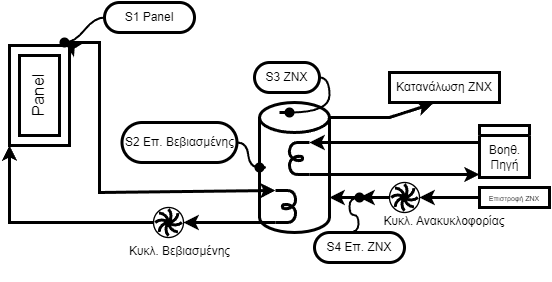
The draw.io diagram scetch.png in thanoskas/Smart-Home-Hellas, before a commit. Source tidied: cells renumbered, new cells last; positions are measured from the earlier drawing's top-left corner, leaving out a move shared by most shapes. The source it was exported from:
```xml
<mxGraphModel>
  <root>
    <mxCell id="0" />
    <mxCell id="1" parent="0" />
    <mxCell id="2" style="shape=cylinder3;whiteSpace=wrap;html=1;boundedLbl=1;backgroundOutline=1;size=15;strokeWidth=3;" parent="1" vertex="1">
      <mxGeometry x="270" y="100" width="70" height="130" as="geometry" />
    </mxCell>
    <mxCell id="3" style="verticalLabelPosition=bottom;verticalAlign=top;html=1;shape=mxgraph.basic.frame;dx=10;whiteSpace=wrap;rotation=-90;strokeWidth=3;" parent="1" vertex="1">
      <mxGeometry y="63" width="100" height="60" as="geometry" />
    </mxCell>
    <mxCell id="4" value="S1 Panel" style="whiteSpace=wrap;html=1;rounded=1;arcSize=50;align=center;verticalAlign=middle;strokeWidth=3;spacing=4;newEdgeStyle={&quot;edgeStyle&quot;:&quot;entityRelationEdgeStyle&quot;,&quot;startArrow&quot;:&quot;none&quot;,&quot;endArrow&quot;:&quot;none&quot;,&quot;segment&quot;:10,&quot;curved&quot;:1,&quot;sourcePerimeterSpacing&quot;:0,&quot;targetPerimeterSpacing&quot;:0};" parent="1" vertex="1">
      <mxGeometry x="115" width="90" height="30" as="geometry" />
    </mxCell>
    <mxCell id="5" style="edgeStyle=entityRelationEdgeStyle;startArrow=none;endArrow=none;segment=10;curved=1;sourcePerimeterSpacing=0;targetPerimeterSpacing=0;rounded=0;exitX=0.48;exitY=0.91;exitDx=0;exitDy=0;exitPerimeter=0;strokeWidth=2;" parent="1" edge="1" source="19" target="4">
      <mxGeometry relative="1" as="geometry" />
    </mxCell>
    <mxCell id="6" style="endArrow=classic;html=1;rounded=0;exitDx=0;exitDy=0;exitPerimeter=0;entryX=0;entryY=1;entryDx=0;entryDy=0;entryPerimeter=0;exitX=0.79;exitY=0.81;strokeWidth=3;" parent="1" edge="1" source="19" target="33">
      <mxGeometry relative="1" as="geometry">
        <Array as="points">
          <mxPoint x="110" y="40" />
          <mxPoint x="110" y="190" />
        </Array>
      </mxGeometry>
    </mxCell>
    <mxCell id="7" style="endArrow=classic;html=1;rounded=0;exitX=0;exitY=0.5;exitDx=0;exitDy=0;exitPerimeter=0;entryX=0;entryY=0;entryDx=0;entryDy=0;entryPerimeter=0;strokeWidth=3;" parent="1" edge="1" source="37" target="3">
      <mxGeometry relative="1" as="geometry">
        <Array as="points">
          <mxPoint x="20" y="220" />
        </Array>
      </mxGeometry>
    </mxCell>
    <mxCell id="8" value="S3 ZNX" style="whiteSpace=wrap;html=1;rounded=1;arcSize=50;align=center;verticalAlign=middle;strokeWidth=3;spacing=4;newEdgeStyle={&quot;edgeStyle&quot;:&quot;entityRelationEdgeStyle&quot;,&quot;startArrow&quot;:&quot;none&quot;,&quot;endArrow&quot;:&quot;none&quot;,&quot;segment&quot;:10,&quot;curved&quot;:1,&quot;sourcePerimeterSpacing&quot;:0,&quot;targetPerimeterSpacing&quot;:0};" parent="1" vertex="1">
      <mxGeometry x="265" y="60" width="65" height="30" as="geometry" />
    </mxCell>
    <mxCell id="9" style="edgeStyle=entityRelationEdgeStyle;startArrow=none;endArrow=none;segment=10;curved=1;sourcePerimeterSpacing=0;targetPerimeterSpacing=0;rounded=0;strokeWidth=2;" parent="1" edge="1" source="25" target="8">
      <mxGeometry relative="1" as="geometry" />
    </mxCell>
    <mxCell id="10" style="endArrow=classic;html=1;rounded=0;exitX=1;exitY=0;exitDx=0;exitDy=15;exitPerimeter=0;entryX=0.395;entryY=1.036;entryDx=0;entryDy=0;entryPerimeter=0;strokeWidth=3;" parent="1" edge="1" source="2" target="17">
      <mxGeometry relative="1" as="geometry">
        <Array as="points">
          <mxPoint x="400" y="115" />
        </Array>
      </mxGeometry>
    </mxCell>
    <mxCell id="11" style="endArrow=classic;html=1;rounded=0;strokeWidth=3;" parent="1" edge="1" source="23">
      <mxGeometry relative="1" as="geometry">
        <mxPoint x="340" y="195" as="targetPoint" />
      </mxGeometry>
    </mxCell>
    <mxCell id="12" style="endArrow=classic;html=1;rounded=0;entryX=1;entryY=0.5;entryDx=0;entryDy=0;entryPerimeter=0;strokeWidth=3;" parent="1" edge="1">
      <mxGeometry relative="1" as="geometry">
        <mxPoint x="490" y="195" as="sourcePoint" />
        <mxPoint x="430" y="195" as="targetPoint" />
      </mxGeometry>
    </mxCell>
    <mxCell id="13" value="S4 Επ. ΖΝΧ" style="whiteSpace=wrap;html=1;rounded=1;arcSize=50;align=center;verticalAlign=middle;strokeWidth=3;spacing=4;newEdgeStyle={&quot;edgeStyle&quot;:&quot;entityRelationEdgeStyle&quot;,&quot;startArrow&quot;:&quot;none&quot;,&quot;endArrow&quot;:&quot;none&quot;,&quot;segment&quot;:10,&quot;curved&quot;:1,&quot;sourcePerimeterSpacing&quot;:0,&quot;targetPerimeterSpacing&quot;:0};" parent="1" vertex="1">
      <mxGeometry x="325" y="230" width="90" height="30" as="geometry" />
    </mxCell>
    <mxCell id="14" value="S2 Επ. Βεβιασμένης" style="whiteSpace=wrap;html=1;rounded=1;arcSize=50;align=center;verticalAlign=middle;strokeWidth=3;spacing=4;newEdgeStyle={&quot;edgeStyle&quot;:&quot;entityRelationEdgeStyle&quot;,&quot;startArrow&quot;:&quot;none&quot;,&quot;endArrow&quot;:&quot;none&quot;,&quot;segment&quot;:10,&quot;curved&quot;:1,&quot;sourcePerimeterSpacing&quot;:0,&quot;targetPerimeterSpacing&quot;:0};" parent="1" vertex="1">
      <mxGeometry x="132.5" y="120" width="115" height="40" as="geometry" />
    </mxCell>
    <mxCell id="15" style="edgeStyle=entityRelationEdgeStyle;startArrow=none;endArrow=none;segment=10;curved=1;sourcePerimeterSpacing=0;targetPerimeterSpacing=0;rounded=0;exitDx=0;exitDy=0;exitPerimeter=0;strokeWidth=2;" parent="1" edge="1" source="21" target="14">
      <mxGeometry relative="1" as="geometry" />
    </mxCell>
    <mxCell id="16" value="Κυκλ. Βεβιασμένης" style="text;strokeColor=none;fillColor=none;align=center;verticalAlign=top;spacingLeft=4;spacingRight=4;overflow=hidden;whiteSpace=wrap;html=1;strokeWidth=3;" parent="1" vertex="1">
      <mxGeometry x="132.5" y="235" width="115" height="40" as="geometry" />
    </mxCell>
    <mxCell id="17" value="Κατανάλωση&amp;nbsp;ΖΝΧ" style="whiteSpace=wrap;html=1;align=center;newEdgeStyle={&quot;edgeStyle&quot;:&quot;elbowEdgeStyle&quot;,&quot;startArrow&quot;:&quot;none&quot;,&quot;endArrow&quot;:&quot;none&quot;};strokeWidth=3;" parent="1" vertex="1">
      <mxGeometry x="400" y="70" width="110" height="30" as="geometry" />
    </mxCell>
    <mxCell id="18" style="endArrow=classic;html=1;rounded=0;exitX=1;exitY=1;exitDx=0;exitDy=0;exitPerimeter=0;entryDx=0;entryDy=90;entryPerimeter=0;strokeWidth=3;" parent="1" edge="1" source="3" target="19">
      <mxGeometry relative="1" as="geometry" />
    </mxCell>
    <mxCell id="19" style="shape=waypoint;sketch=0;fillStyle=solid;size=6;points=[];fillColor=none;perimeter=centerPerimeter;snapToPoint=1;strokeWidth=3;" parent="1" vertex="1">
      <mxGeometry x="65" y="30" width="20" height="20" as="geometry" />
    </mxCell>
    <mxCell id="20" style="edgeStyle=entityRelationEdgeStyle;startArrow=none;endArrow=none;segment=10;curved=1;sourcePerimeterSpacing=0;targetPerimeterSpacing=0;rounded=0;exitX=0;exitY=0.5;exitDx=0;exitDy=0;exitPerimeter=0;strokeWidth=3;" parent="1" edge="1" source="2" target="21">
      <mxGeometry relative="1" as="geometry" />
    </mxCell>
    <mxCell id="21" style="shape=waypoint;sketch=0;fillStyle=solid;size=6;points=[];fillColor=none;perimeter=centerPerimeter;snapToPoint=1;strokeWidth=3;" parent="1" vertex="1">
      <mxGeometry x="260" y="155" width="20" height="20" as="geometry" />
    </mxCell>
    <mxCell id="22" style="endArrow=classic;html=1;rounded=0;entryDx=0;entryDy=0;entryPerimeter=0;strokeWidth=3;" parent="1" edge="1" target="23">
      <mxGeometry relative="1" as="geometry">
        <mxPoint x="400" y="195" as="sourcePoint" />
      </mxGeometry>
    </mxCell>
    <mxCell id="23" style="shape=waypoint;sketch=0;fillStyle=solid;size=6;points=[];fillColor=none;perimeter=centerPerimeter;snapToPoint=1;strokeWidth=3;" parent="1" vertex="1">
      <mxGeometry x="360" y="185" width="20" height="20" as="geometry" />
    </mxCell>
    <mxCell id="24" style="edgeStyle=entityRelationEdgeStyle;startArrow=none;endArrow=none;segment=10;curved=1;sourcePerimeterSpacing=0;targetPerimeterSpacing=0;rounded=0;strokeWidth=3;" parent="1" edge="1" target="25">
      <mxGeometry relative="1" as="geometry">
        <mxPoint x="290" y="110" as="sourcePoint" />
      </mxGeometry>
    </mxCell>
    <mxCell id="25" style="shape=waypoint;sketch=0;fillStyle=solid;size=6;points=[];fillColor=none;perimeter=centerPerimeter;snapToPoint=1;strokeWidth=3;" parent="1" vertex="1">
      <mxGeometry x="290" y="100" width="20" height="20" as="geometry" />
    </mxCell>
    <mxCell id="26" style="edgeStyle=entityRelationEdgeStyle;startArrow=none;endArrow=none;segment=10;curved=1;sourcePerimeterSpacing=0;targetPerimeterSpacing=0;rounded=0;entryX=0.44;entryY=0.88;entryDx=0;entryDy=0;entryPerimeter=0;exitX=0.378;exitY=0;exitDx=0;exitDy=0;exitPerimeter=0;strokeWidth=2;" parent="1" edge="1" source="13" target="23">
      <mxGeometry relative="1" as="geometry">
        <Array as="points">
          <mxPoint x="283" y="380" />
        </Array>
      </mxGeometry>
    </mxCell>
    <mxCell id="27" style="endArrow=classic;html=1;rounded=0;entryX=0;entryY=1;entryDx=0;entryDy=0;entryPerimeter=0;strokeWidth=3;" parent="1" edge="1">
      <mxGeometry relative="1" as="geometry">
        <mxPoint x="490" y="140" as="sourcePoint" />
        <mxPoint x="320" y="140" as="targetPoint" />
      </mxGeometry>
    </mxCell>
    <mxCell id="28" style="endArrow=classic;html=1;rounded=0;exitX=1;exitY=1;exitDx=0;exitDy=0;exitPerimeter=0;strokeWidth=3;" parent="1" edge="1">
      <mxGeometry relative="1" as="geometry">
        <mxPoint x="320" y="172" as="sourcePoint" />
        <mxPoint x="490" y="172" as="targetPoint" />
      </mxGeometry>
    </mxCell>
    <mxCell id="29" style="swimlane;startSize=10;strokeWidth=3;" parent="1" vertex="1">
      <mxGeometry x="490" y="123" width="50" height="52" as="geometry" />
    </mxCell>
    <mxCell id="30" value="Βοηθ.&lt;br&gt;Πηγή" style="text;html=1;align=center;verticalAlign=middle;strokeColor=none;fillColor=none;strokeWidth=3;" parent="29" vertex="1">
      <mxGeometry y="12" width="50" height="40" as="geometry" />
    </mxCell>
    <mxCell id="31" value="Κυκλ. Ανακυκλοφορίας" style="text;strokeColor=none;fillColor=none;align=center;verticalAlign=top;spacingLeft=4;spacingRight=4;overflow=hidden;whiteSpace=wrap;html=1;strokeWidth=3;" parent="1" vertex="1">
      <mxGeometry x="380" y="205" width="150" height="20" as="geometry" />
    </mxCell>
    <mxCell id="32" value="&lt;font style=&quot;font-size: 17px;&quot;&gt;Panel&lt;/font&gt;" style="text;html=1;align=center;verticalAlign=middle;strokeColor=none;fillColor=none;rotation=270;strokeWidth=3;" parent="1" vertex="1">
      <mxGeometry x="15" y="78" width="70" height="30" as="geometry" />
    </mxCell>
    <mxCell id="33" style="verticalLabelPosition=bottom;shadow=0;dashed=0;align=center;html=1;verticalAlign=top;shape=mxgraph.electrical.inductors.half_inductor;direction=south;strokeWidth=3;" parent="1" vertex="1">
      <mxGeometry x="286" y="188" width="23" height="32" as="geometry" />
    </mxCell>
    <mxCell id="34" style="verticalLabelPosition=bottom;shadow=0;dashed=0;align=center;html=1;verticalAlign=top;shape=mxgraph.electrical.inductors.half_inductor;direction=north;strokeWidth=3;" parent="1" vertex="1">
      <mxGeometry x="297" y="140" width="23" height="32" as="geometry" />
    </mxCell>
    <mxCell id="35" value="&lt;font style=&quot;font-size: 7px;&quot;&gt;Επιστροφή ΖΝΧ&lt;/font&gt;" style="whiteSpace=wrap;html=1;align=center;newEdgeStyle={&quot;edgeStyle&quot;:&quot;elbowEdgeStyle&quot;,&quot;startArrow&quot;:&quot;none&quot;,&quot;endArrow&quot;:&quot;none&quot;};strokeWidth=3;" parent="1" vertex="1">
      <mxGeometry x="490" y="185" width="70" height="20" as="geometry" />
    </mxCell>
    <mxCell id="36" style="endArrow=classic;html=1;rounded=0;exitX=1;exitY=1;exitDx=0;exitDy=0;exitPerimeter=0;entryX=1;entryY=0.5;entryDx=0;entryDy=0;entryPerimeter=0;strokeWidth=3;" parent="1" edge="1" source="33" target="37">
      <mxGeometry relative="1" as="geometry" />
    </mxCell>
    <mxCell id="37" style="verticalLabelPosition=bottom;outlineConnect=0;align=center;dashed=0;html=1;verticalAlign=top;shape=mxgraph.pid.compressors.liquid_ring_compressor;strokeWidth=3;" parent="1" vertex="1">
      <mxGeometry x="164" y="205" width="30" height="30" as="geometry" />
    </mxCell>
    <mxCell id="38" style="verticalLabelPosition=bottom;align=center;dashed=0;html=1;verticalAlign=top;shape=mxgraph.pid.compressors.liquid_ring_compressor;strokeWidth=3;" parent="1" vertex="1">
      <mxGeometry x="400" y="180" width="30" height="30" as="geometry" />
    </mxCell>
  </root>
</mxGraphModel>
```
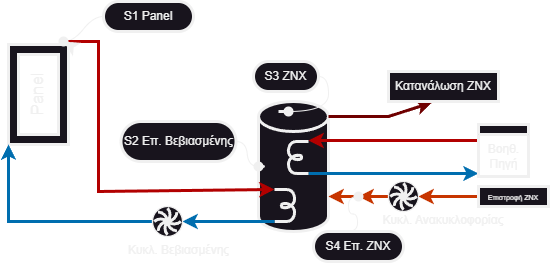
The same diagram one commit later.

The edit, as a diff of the source:
```diff
@@ -11,10 +11,10 @@
     <mxCell id="4" value="S1 Panel" style="whiteSpace=wrap;html=1;rounded=1;arcSize=50;align=center;verticalAlign=middle;strokeWidth=3;spacing=4;newEdgeStyle={&quot;edgeStyle&quot;:&quot;entityRelationEdgeStyle&quot;,&quot;startArrow&quot;:&quot;none&quot;,&quot;endArrow&quot;:&quot;none&quot;,&quot;segment&quot;:10,&quot;curved&quot;:1,&quot;sourcePerimeterSpacing&quot;:0,&quot;targetPerimeterSpacing&quot;:0};" parent="1" vertex="1">
       <mxGeometry x="115" width="90" height="30" as="geometry" />
     </mxCell>
-    <mxCell id="5" style="edgeStyle=entityRelationEdgeStyle;startArrow=none;endArrow=none;segment=10;curved=1;sourcePerimeterSpacing=0;targetPerimeterSpacing=0;rounded=0;exitX=0.48;exitY=0.91;exitDx=0;exitDy=0;exitPerimeter=0;strokeWidth=2;" parent="1" edge="1" source="19" target="4">
+    <mxCell id="5" style="edgeStyle=entityRelationEdgeStyle;startArrow=none;endArrow=none;segment=10;curved=1;sourcePerimeterSpacing=0;targetPerimeterSpacing=0;rounded=0;exitX=0.48;exitY=0.91;exitDx=0;exitDy=0;exitPerimeter=0;strokeWidth=1;" parent="1" edge="1" source="19" target="4">
       <mxGeometry relative="1" as="geometry" />
     </mxCell>
-    <mxCell id="6" style="endArrow=classic;html=1;rounded=0;exitDx=0;exitDy=0;exitPerimeter=0;entryX=0;entryY=1;entryDx=0;entryDy=0;entryPerimeter=0;exitX=0.79;exitY=0.81;strokeWidth=3;" parent="1" edge="1" source="19" target="33">
+    <mxCell id="6" style="endArrow=classic;html=1;rounded=0;exitDx=0;exitDy=0;exitPerimeter=0;entryX=0;entryY=1;entryDx=0;entryDy=0;entryPerimeter=0;exitX=0.79;exitY=0.81;fillColor=#e51400;strokeColor=#B20000;strokeWidth=3;" parent="1" edge="1" source="19" target="33">
       <mxGeometry relative="1" as="geometry">
         <Array as="points">
           <mxPoint x="110" y="40" />
@@ -22,7 +22,7 @@
         </Array>
       </mxGeometry>
     </mxCell>
-    <mxCell id="7" style="endArrow=classic;html=1;rounded=0;exitX=0;exitY=0.5;exitDx=0;exitDy=0;exitPerimeter=0;entryX=0;entryY=0;entryDx=0;entryDy=0;entryPerimeter=0;strokeWidth=3;" parent="1" edge="1" source="37" target="3">
+    <mxCell id="7" style="endArrow=classic;html=1;rounded=0;exitX=0;exitY=0.5;exitDx=0;exitDy=0;exitPerimeter=0;entryX=0;entryY=0;entryDx=0;entryDy=0;entryPerimeter=0;fillColor=#1ba1e2;strokeColor=#006EAF;strokeWidth=3;" parent="1" edge="1" source="37" target="3">
       <mxGeometry relative="1" as="geometry">
         <Array as="points">
           <mxPoint x="20" y="220" />
@@ -32,22 +32,22 @@
     <mxCell id="8" value="S3 ZNX" style="whiteSpace=wrap;html=1;rounded=1;arcSize=50;align=center;verticalAlign=middle;strokeWidth=3;spacing=4;newEdgeStyle={&quot;edgeStyle&quot;:&quot;entityRelationEdgeStyle&quot;,&quot;startArrow&quot;:&quot;none&quot;,&quot;endArrow&quot;:&quot;none&quot;,&quot;segment&quot;:10,&quot;curved&quot;:1,&quot;sourcePerimeterSpacing&quot;:0,&quot;targetPerimeterSpacing&quot;:0};" parent="1" vertex="1">
       <mxGeometry x="265" y="60" width="65" height="30" as="geometry" />
     </mxCell>
-    <mxCell id="9" style="edgeStyle=entityRelationEdgeStyle;startArrow=none;endArrow=none;segment=10;curved=1;sourcePerimeterSpacing=0;targetPerimeterSpacing=0;rounded=0;strokeWidth=2;" parent="1" edge="1" source="25" target="8">
+    <mxCell id="9" style="edgeStyle=entityRelationEdgeStyle;startArrow=none;endArrow=none;segment=10;curved=1;sourcePerimeterSpacing=0;targetPerimeterSpacing=0;rounded=0;strokeWidth=1;" parent="1" edge="1" source="25" target="8">
       <mxGeometry relative="1" as="geometry" />
     </mxCell>
-    <mxCell id="10" style="endArrow=classic;html=1;rounded=0;exitX=1;exitY=0;exitDx=0;exitDy=15;exitPerimeter=0;entryX=0.395;entryY=1.036;entryDx=0;entryDy=0;entryPerimeter=0;strokeWidth=3;" parent="1" edge="1" source="2" target="17">
+    <mxCell id="10" style="endArrow=classic;html=1;rounded=0;exitX=1;exitY=0;exitDx=0;exitDy=15;exitPerimeter=0;entryX=0.395;entryY=1.036;entryDx=0;entryDy=0;entryPerimeter=0;fillColor=#a20025;strokeColor=#6F0000;strokeWidth=3;" parent="1" edge="1" source="2" target="17">
       <mxGeometry relative="1" as="geometry">
         <Array as="points">
           <mxPoint x="400" y="115" />
         </Array>
       </mxGeometry>
     </mxCell>
-    <mxCell id="11" style="endArrow=classic;html=1;rounded=0;strokeWidth=3;" parent="1" edge="1" source="23">
+    <mxCell id="11" style="endArrow=classic;html=1;rounded=0;fillColor=#fa6800;strokeColor=#C73500;strokeWidth=3;" parent="1" edge="1" source="23">
       <mxGeometry relative="1" as="geometry">
         <mxPoint x="340" y="195" as="targetPoint" />
       </mxGeometry>
     </mxCell>
-    <mxCell id="12" style="endArrow=classic;html=1;rounded=0;entryX=1;entryY=0.5;entryDx=0;entryDy=0;entryPerimeter=0;strokeWidth=3;" parent="1" edge="1">
+    <mxCell id="12" style="endArrow=classic;html=1;rounded=0;entryX=1;entryY=0.5;entryDx=0;entryDy=0;entryPerimeter=0;fillColor=#fa6800;strokeColor=#C73500;strokeWidth=3;" parent="1" edge="1">
       <mxGeometry relative="1" as="geometry">
         <mxPoint x="490" y="195" as="sourcePoint" />
         <mxPoint x="430" y="195" as="targetPoint" />
@@ -59,7 +59,7 @@
     <mxCell id="14" value="S2 Επ. Βεβιασμένης" style="whiteSpace=wrap;html=1;rounded=1;arcSize=50;align=center;verticalAlign=middle;strokeWidth=3;spacing=4;newEdgeStyle={&quot;edgeStyle&quot;:&quot;entityRelationEdgeStyle&quot;,&quot;startArrow&quot;:&quot;none&quot;,&quot;endArrow&quot;:&quot;none&quot;,&quot;segment&quot;:10,&quot;curved&quot;:1,&quot;sourcePerimeterSpacing&quot;:0,&quot;targetPerimeterSpacing&quot;:0};" parent="1" vertex="1">
       <mxGeometry x="132.5" y="120" width="115" height="40" as="geometry" />
     </mxCell>
-    <mxCell id="15" style="edgeStyle=entityRelationEdgeStyle;startArrow=none;endArrow=none;segment=10;curved=1;sourcePerimeterSpacing=0;targetPerimeterSpacing=0;rounded=0;exitDx=0;exitDy=0;exitPerimeter=0;strokeWidth=2;" parent="1" edge="1" source="21" target="14">
+    <mxCell id="15" style="edgeStyle=entityRelationEdgeStyle;startArrow=none;endArrow=none;segment=10;curved=1;sourcePerimeterSpacing=0;targetPerimeterSpacing=0;rounded=0;exitDx=0;exitDy=0;exitPerimeter=0;strokeWidth=1;" parent="1" edge="1" source="21" target="14">
       <mxGeometry relative="1" as="geometry" />
     </mxCell>
     <mxCell id="16" value="Κυκλ. Βεβιασμένης" style="text;strokeColor=none;fillColor=none;align=center;verticalAlign=top;spacingLeft=4;spacingRight=4;overflow=hidden;whiteSpace=wrap;html=1;strokeWidth=3;" parent="1" vertex="1">
@@ -80,7 +80,7 @@
     <mxCell id="21" style="shape=waypoint;sketch=0;fillStyle=solid;size=6;points=[];fillColor=none;perimeter=centerPerimeter;snapToPoint=1;strokeWidth=3;" parent="1" vertex="1">
       <mxGeometry x="260" y="155" width="20" height="20" as="geometry" />
     </mxCell>
-    <mxCell id="22" style="endArrow=classic;html=1;rounded=0;entryDx=0;entryDy=0;entryPerimeter=0;strokeWidth=3;" parent="1" edge="1" target="23">
+    <mxCell id="22" style="endArrow=classic;html=1;rounded=0;entryDx=0;entryDy=0;entryPerimeter=0;fillColor=#fa6800;strokeColor=#C73500;strokeWidth=3;" parent="1" edge="1" target="23">
       <mxGeometry relative="1" as="geometry">
         <mxPoint x="400" y="195" as="sourcePoint" />
       </mxGeometry>
@@ -96,20 +96,20 @@
     <mxCell id="25" style="shape=waypoint;sketch=0;fillStyle=solid;size=6;points=[];fillColor=none;perimeter=centerPerimeter;snapToPoint=1;strokeWidth=3;" parent="1" vertex="1">
       <mxGeometry x="290" y="100" width="20" height="20" as="geometry" />
     </mxCell>
-    <mxCell id="26" style="edgeStyle=entityRelationEdgeStyle;startArrow=none;endArrow=none;segment=10;curved=1;sourcePerimeterSpacing=0;targetPerimeterSpacing=0;rounded=0;entryX=0.44;entryY=0.88;entryDx=0;entryDy=0;entryPerimeter=0;exitX=0.378;exitY=0;exitDx=0;exitDy=0;exitPerimeter=0;strokeWidth=2;" parent="1" edge="1" source="13" target="23">
+    <mxCell id="26" style="edgeStyle=entityRelationEdgeStyle;startArrow=none;endArrow=none;segment=10;curved=1;sourcePerimeterSpacing=0;targetPerimeterSpacing=0;rounded=0;entryX=0.44;entryY=0.88;entryDx=0;entryDy=0;entryPerimeter=0;exitX=0.378;exitY=0;exitDx=0;exitDy=0;exitPerimeter=0;strokeWidth=1;" parent="1" edge="1" source="13" target="23">
       <mxGeometry relative="1" as="geometry">
         <Array as="points">
           <mxPoint x="283" y="380" />
         </Array>
       </mxGeometry>
     </mxCell>
-    <mxCell id="27" style="endArrow=classic;html=1;rounded=0;entryX=0;entryY=1;entryDx=0;entryDy=0;entryPerimeter=0;strokeWidth=3;" parent="1" edge="1">
+    <mxCell id="27" style="endArrow=classic;html=1;rounded=0;entryX=0;entryY=1;entryDx=0;entryDy=0;entryPerimeter=0;fillColor=#e51400;strokeColor=#B20000;strokeWidth=3;" parent="1" edge="1">
       <mxGeometry relative="1" as="geometry">
-        <mxPoint x="490" y="140" as="sourcePoint" />
-        <mxPoint x="320" y="140" as="targetPoint" />
+        <mxPoint x="490" y="139" as="sourcePoint" />
+        <mxPoint x="320" y="139" as="targetPoint" />
       </mxGeometry>
     </mxCell>
-    <mxCell id="28" style="endArrow=classic;html=1;rounded=0;exitX=1;exitY=1;exitDx=0;exitDy=0;exitPerimeter=0;strokeWidth=3;" parent="1" edge="1">
+    <mxCell id="28" style="endArrow=classic;html=1;rounded=0;exitX=1;exitY=1;exitDx=0;exitDy=0;exitPerimeter=0;fillColor=#1ba1e2;strokeColor=#006EAF;strokeWidth=3;" parent="1" edge="1">
       <mxGeometry relative="1" as="geometry">
         <mxPoint x="320" y="172" as="sourcePoint" />
         <mxPoint x="490" y="172" as="targetPoint" />
@@ -136,7 +136,7 @@
     <mxCell id="35" value="&lt;font style=&quot;font-size: 7px;&quot;&gt;Επιστροφή ΖΝΧ&lt;/font&gt;" style="whiteSpace=wrap;html=1;align=center;newEdgeStyle={&quot;edgeStyle&quot;:&quot;elbowEdgeStyle&quot;,&quot;startArrow&quot;:&quot;none&quot;,&quot;endArrow&quot;:&quot;none&quot;};strokeWidth=3;" parent="1" vertex="1">
       <mxGeometry x="490" y="185" width="70" height="20" as="geometry" />
     </mxCell>
-    <mxCell id="36" style="endArrow=classic;html=1;rounded=0;exitX=1;exitY=1;exitDx=0;exitDy=0;exitPerimeter=0;entryX=1;entryY=0.5;entryDx=0;entryDy=0;entryPerimeter=0;strokeWidth=3;" parent="1" edge="1" source="33" target="37">
+    <mxCell id="36" style="endArrow=classic;html=1;rounded=0;exitX=1;exitY=1;exitDx=0;exitDy=0;exitPerimeter=0;entryX=1;entryY=0.5;entryDx=0;entryDy=0;entryPerimeter=0;fillColor=#1ba1e2;strokeColor=#006EAF;strokeWidth=3;" parent="1" edge="1" source="33" target="37">
       <mxGeometry relative="1" as="geometry" />
     </mxCell>
     <mxCell id="37" style="verticalLabelPosition=bottom;outlineConnect=0;align=center;dashed=0;html=1;verticalAlign=top;shape=mxgraph.pid.compressors.liquid_ring_compressor;strokeWidth=3;" parent="1" vertex="1">
```
